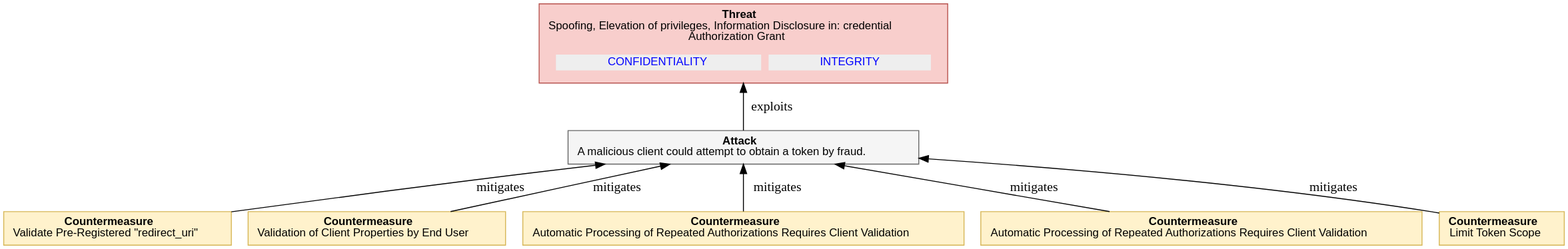
DavidCervigni/threat-models keeps this PlantUML diagram as report-examples/OAuth2/img/threatTree/4_4_2_2_TOKEN_LEAK2_BROWSER_HISTORY.svg. Above is the earlier version. Its source is kept beside it as report-examples/OAuth2/img/threatTree/4_4_2_2_TOKEN_LEAK2_BROWSER_HISTORY.puml.
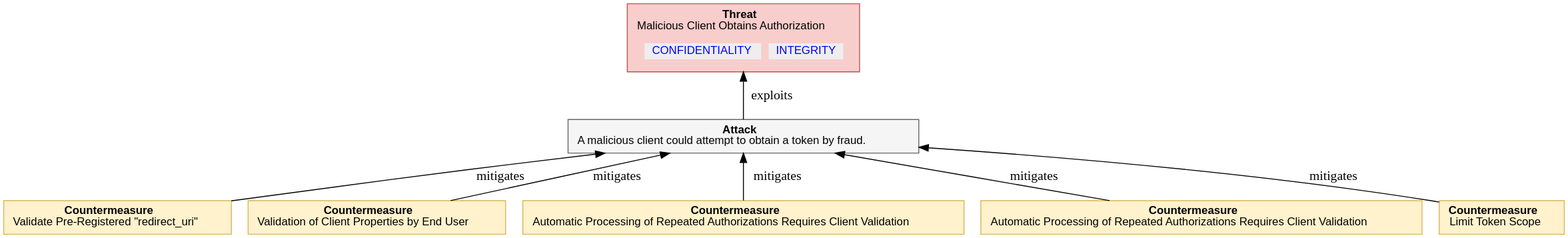
Later version of the same file.

Diff of the diagram source:
```diff
@@ -7,7 +7,7 @@
     <<table border="0" cellborder="0" cellspacing="0">
      <tr><td align="center"><b>Threat</b><br/>
 
-Spoofing, Elevation of privileges, Information Disclosure in: credential<br/>Authorization Grant
+Malicious Client Obtains Authorization
 </td></tr>
      <tr><td><table border="0" cellborder="0" cellspacing="8"><tr>
                 ret += secObj.linkedImpactMDText()
```
